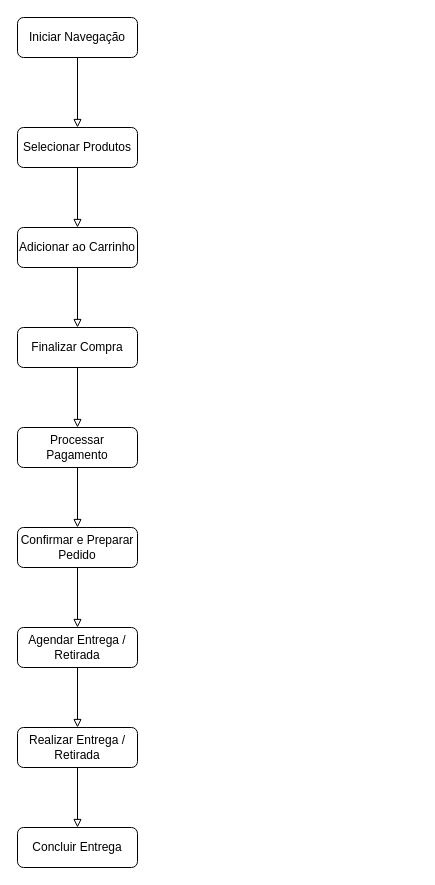
This is assets/libs/quick-market-use-case-diagram.drawio from messiasGeovani/quick-market-docs, a draw.io file, before an edit. Source tidied: cells renumbered, new cells numbered last; positions are measured from the earlier drawing's top-left corner, leaving out a move shared by most shapes. Both pictures are drawn from the tidied source at 100%, with x=0, y=0 at pixel (17, 17).
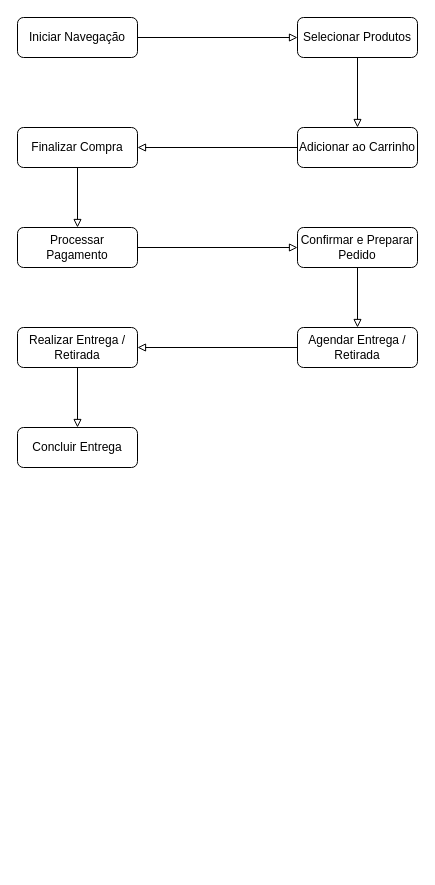
The same page after the edit.

What changed in the source:
```diff
@@
 <mxGraphModel>
   <root>
     <mxCell id="0" />
     <mxCell id="1" parent="0" />
-    <mxCell id="2" style="edgeStyle=orthogonalEdgeStyle;rounded=0;jettySize=auto;html=1;exitX=0.5;exitY=1;exitDx=0;exitDy=0;entryX=0.5;entryY=0;entryDx=0;entryDy=0;endArrow=block;endFill=0;" parent="1" edge="1" source="3" target="5">
+    <mxCell id="2" style="edgeStyle=orthogonalEdgeStyle;rounded=0;jettySize=auto;html=1;exitX=1;exitY=0.5;exitDx=0;exitDy=0;entryX=0;entryY=0.5;entryDx=0;entryDy=0;endArrow=block;endFill=0;" parent="1" edge="1" source="3" target="5">
       <mxGeometry relative="1" as="geometry" />
     </mxCell>
     <mxCell id="3" value="Iniciar Navegação" style="rounded=1;whiteSpace=wrap;html=1;fontSize=12;glass=0;strokeWidth=1;shadow=0;" parent="1" vertex="1">
       <mxGeometry width="120" height="40" as="geometry" />
     </mxCell>
     <mxCell id="4" style="edgeStyle=orthogonalEdgeStyle;rounded=0;jettySize=auto;html=1;exitX=0.5;exitY=1;exitDx=0;exitDy=0;entryX=0.5;entryY=0;entryDx=0;entryDy=0;endArrow=block;endFill=0;" parent="1" edge="1" source="5" target="7">
       <mxGeometry relative="1" as="geometry" />
     </mxCell>
     <mxCell id="5" value="Selecionar Produtos" style="rounded=1;whiteSpace=wrap;html=1;fontSize=12;glass=0;strokeWidth=1;shadow=0;" parent="1" vertex="1">
-      <mxGeometry y="110" width="120" height="40" as="geometry" />
+      <mxGeometry x="280" width="120" height="40" as="geometry" />
     </mxCell>
-    <mxCell id="6" style="edgeStyle=orthogonalEdgeStyle;rounded=0;jettySize=auto;html=1;exitX=0.5;exitY=1;exitDx=0;exitDy=0;entryX=0.5;entryY=0;entryDx=0;entryDy=0;endArrow=block;endFill=0;" parent="1" edge="1" source="7" target="9">
+    <mxCell id="6" style="edgeStyle=orthogonalEdgeStyle;rounded=0;jettySize=auto;html=1;exitX=0;exitY=0.5;exitDx=0;exitDy=0;entryX=1;entryY=0.5;entryDx=0;entryDy=0;endArrow=block;endFill=0;" parent="1" edge="1" source="7" target="9">
       <mxGeometry relative="1" as="geometry" />
     </mxCell>
     <mxCell id="7" value="Adicionar ao Carrinho" style="rounded=1;whiteSpace=wrap;html=1;fontSize=12;glass=0;strokeWidth=1;shadow=0;" parent="1" vertex="1">
-      <mxGeometry y="210" width="120" height="40" as="geometry" />
+      <mxGeometry x="280" y="110" width="120" height="40" as="geometry" />
     </mxCell>
     <mxCell id="8" style="edgeStyle=orthogonalEdgeStyle;rounded=0;jettySize=auto;html=1;exitX=0.5;exitY=1;exitDx=0;exitDy=0;entryX=0.5;entryY=0;entryDx=0;entryDy=0;endArrow=block;endFill=0;" parent="1" edge="1" source="9" target="11">
       <mxGeometry relative="1" as="geometry" />
     </mxCell>
     <mxCell id="9" value="Finalizar Compra" style="rounded=1;whiteSpace=wrap;html=1;fontSize=12;glass=0;strokeWidth=1;shadow=0;" parent="1" vertex="1">
-      <mxGeometry y="310" width="120" height="40" as="geometry" />
+      <mxGeometry y="110" width="120" height="40" as="geometry" />
     </mxCell>
-    <mxCell id="10" style="edgeStyle=orthogonalEdgeStyle;rounded=0;jettySize=auto;html=1;exitX=0.5;exitY=1;exitDx=0;exitDy=0;entryX=0.5;entryY=0;entryDx=0;entryDy=0;endArrow=block;endFill=0;" parent="1" edge="1" source="11" target="13">
+    <mxCell id="10" style="edgeStyle=orthogonalEdgeStyle;rounded=0;jettySize=auto;html=1;exitX=1;exitY=0.5;exitDx=0;exitDy=0;endArrow=block;endFill=0;" parent="1" edge="1" source="11" target="13">
       <mxGeometry relative="1" as="geometry" />
     </mxCell>
     <mxCell id="11" value="Processar Pagamento" style="rounded=1;whiteSpace=wrap;html=1;fontSize=12;glass=0;strokeWidth=1;shadow=0;" parent="1" vertex="1">
-      <mxGeometry y="410" width="120" height="40" as="geometry" />
+      <mxGeometry y="210" width="120" height="40" as="geometry" />
     </mxCell>
     <mxCell id="12" style="edgeStyle=orthogonalEdgeStyle;rounded=0;jettySize=auto;html=1;exitX=0.5;exitY=1;exitDx=0;exitDy=0;entryX=0.5;entryY=0;entryDx=0;entryDy=0;endArrow=block;endFill=0;" parent="1" edge="1" source="13" target="15">
       <mxGeometry relative="1" as="geometry" />
     </mxCell>
     <mxCell id="13" value="Confirmar e Preparar Pedido" style="rounded=1;whiteSpace=wrap;html=1;fontSize=12;glass=0;strokeWidth=1;shadow=0;" parent="1" vertex="1">
-      <mxGeometry y="510" width="120" height="40" as="geometry" />
+      <mxGeometry x="280" y="210" width="120" height="40" as="geometry" />
     </mxCell>
-    <mxCell id="14" style="edgeStyle=orthogonalEdgeStyle;rounded=0;jettySize=auto;html=1;exitX=0.5;exitY=1;exitDx=0;exitDy=0;entryX=0.5;entryY=0;entryDx=0;entryDy=0;endArrow=block;endFill=0;" parent="1" edge="1" source="15" target="17">
+    <mxCell id="14" style="edgeStyle=orthogonalEdgeStyle;rounded=0;jettySize=auto;html=1;exitX=0;exitY=0.5;exitDx=0;exitDy=0;entryX=1;entryY=0.5;entryDx=0;entryDy=0;endArrow=block;endFill=0;" parent="1" edge="1" source="15" target="17">
       <mxGeometry relative="1" as="geometry" />
     </mxCell>
     <mxCell id="15" value="Agendar Entrega / Retirada" style="rounded=1;whiteSpace=wrap;html=1;fontSize=12;glass=0;strokeWidth=1;shadow=0;" parent="1" vertex="1">
-      <mxGeometry y="610" width="120" height="40" as="geometry" />
+      <mxGeometry x="280" y="310" width="120" height="40" as="geometry" />
     </mxCell>
     <mxCell id="16" style="edgeStyle=orthogonalEdgeStyle;rounded=0;jettySize=auto;html=1;exitX=0.5;exitY=1;exitDx=0;exitDy=0;entryX=0.5;entryY=0;entryDx=0;entryDy=0;endArrow=block;endFill=0;" parent="1" edge="1" source="17" target="18">
       <mxGeometry relative="1" as="geometry" />
     </mxCell>
     <mxCell id="17" value="Realizar Entrega / Retirada" style="rounded=1;whiteSpace=wrap;html=1;fontSize=12;glass=0;strokeWidth=1;shadow=0;" parent="1" vertex="1">
-      <mxGeometry y="710" width="120" height="40" as="geometry" />
+      <mxGeometry y="310" width="120" height="40" as="geometry" />
     </mxCell>
     <mxCell id="18" value="Concluir Entrega" style="rounded=1;whiteSpace=wrap;html=1;fontSize=12;glass=0;strokeWidth=1;shadow=0;" parent="1" vertex="1">
-      <mxGeometry y="810" width="120" height="40" as="geometry" />
+      <mxGeometry y="410" width="120" height="40" as="geometry" />
     </mxCell>
   </root>
 </mxGraphModel>
```
